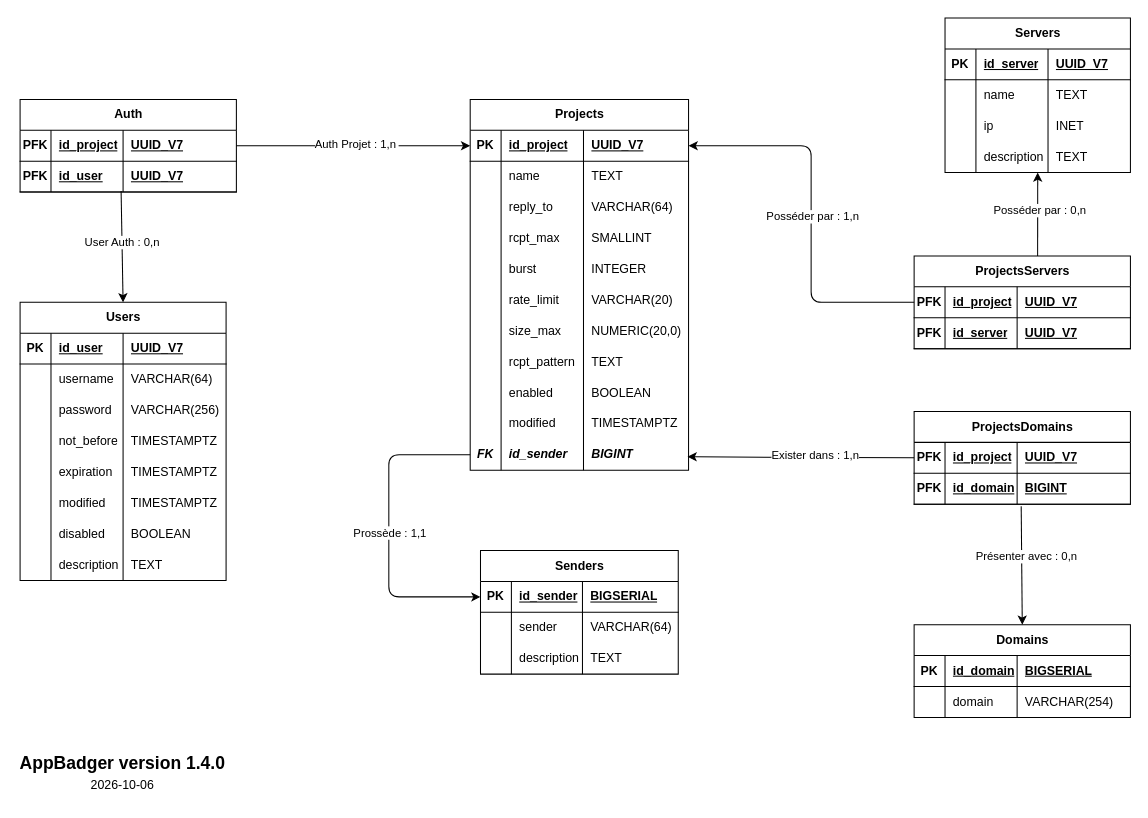
The draw.io diagram Doc/mpd.drawio in matyas-cyril/appmail-badger, before the edit. Source tidied: cells renumbered, new cells numbered last; positions are measured from the earlier drawing's top-left corner, leaving out a move shared by most shapes. Both pictures are drawn from the tidied source at 103%, with x=0, y=0 at pixel (18, 18).
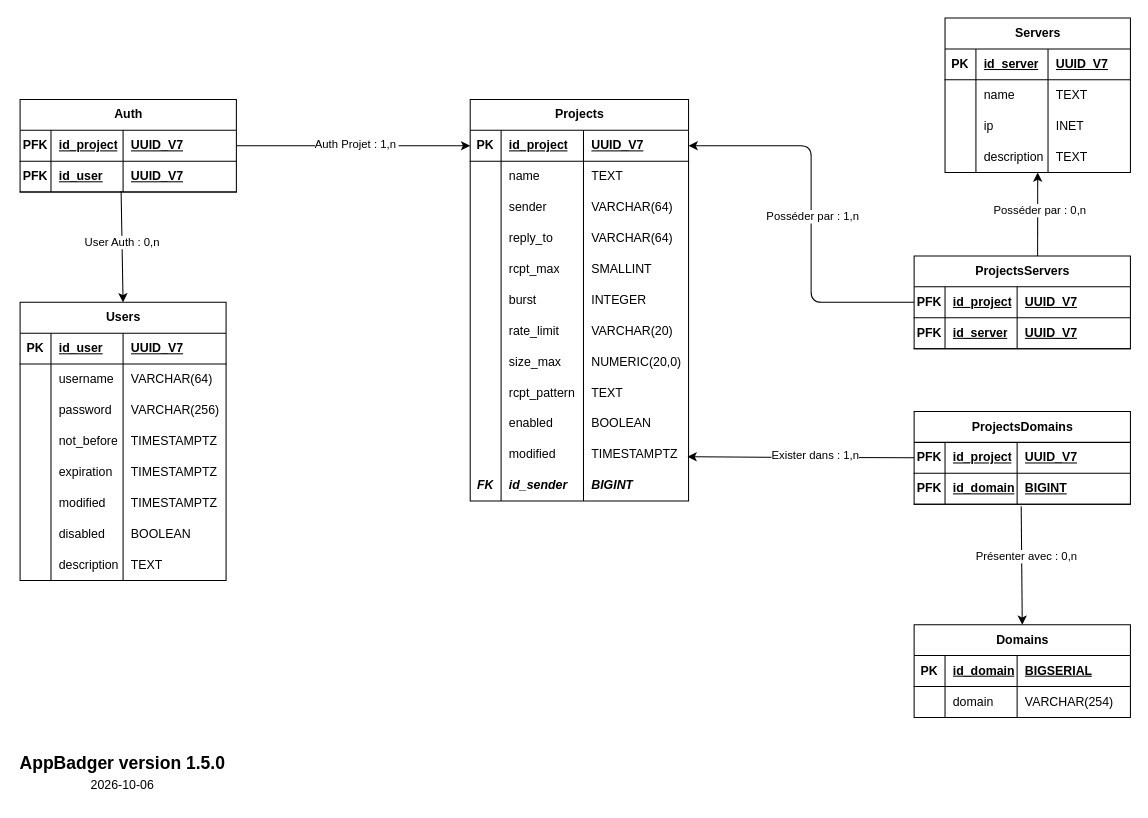
Above is the later version.

Commit message (it also covers changes not shown here):
SUppression de la table Sender

What changed in the source:
```diff
@@
-    <mxCell id="61" value="Senders" style="shape=table;startSize=30;childLayout=tableLayout;rowLines=0;fontStyle=1;align=center;html=1;" parent="1" vertex="1">
-      <mxGeometry x="449" y="517" width="192" height="120" as="geometry" />
-    </mxCell>
-    <mxCell id="62" style="shape=tableRow;horizontal=0;startSize=0;swimlaneHead=0;swimlaneBody=0;fillColor=none;points=[[0,0.5],[1,0.5]];portConstraint=eastwest;top=0;left=0;right=0;bottom=1;" parent="61" vertex="1">
-      <mxGeometry y="30" width="192" height="30" as="geometry" />
-    </mxCell>
-    <mxCell id="63" value="PK" style="shape=partialRectangle;fillColor=none;top=0;left=0;bottom=0;right=0;fontStyle=1;overflow=hidden;whiteSpace=wrap;html=1;" parent="62" vertex="1">
-      <mxGeometry width="30" height="30" as="geometry" />
-    </mxCell>
-    <mxCell id="64" value="id_sender" style="shape=partialRectangle;fillColor=none;top=0;left=0;bottom=0;right=0;align=left;spacingLeft=6;fontStyle=5;overflow=hidden;whiteSpace=wrap;html=1;" parent="62" vertex="1">
-      <mxGeometry x="30" width="69" height="30" as="geometry" />
-    </mxCell>
-    <mxCell id="65" value="BIGSERIAL" style="shape=partialRectangle;fillColor=none;top=0;left=0;bottom=0;right=0;align=left;spacingLeft=6;fontStyle=5;overflow=hidden;whiteSpace=wrap;html=1;" parent="62" vertex="1">
-      <mxGeometry x="99" width="93" height="30" as="geometry" />
-    </mxCell>
-    <mxCell id="66" style="shape=tableRow;horizontal=0;startSize=0;swimlaneHead=0;swimlaneBody=0;fillColor=none;top=0;left=0;right=0;bottom=0;" parent="61" vertex="1">
-      <mxGeometry y="60" width="192" height="30" as="geometry" />
-    </mxCell>
-    <mxCell id="67" style="shape=partialRectangle;fillColor=none;top=0;left=0;bottom=0;right=0;overflow=hidden;whiteSpace=wrap;html=1;" parent="66" vertex="1">
-      <mxGeometry width="30" height="30" as="geometry" />
-    </mxCell>
-    <mxCell id="68" value="sender" style="shape=partialRectangle;fillColor=none;top=0;left=0;bottom=0;right=0;align=left;spacingLeft=6;overflow=hidden;whiteSpace=wrap;html=1;" parent="66" vertex="1">
-      <mxGeometry x="30" width="69" height="30" as="geometry" />
-    </mxCell>
-    <mxCell id="69" value="VARCHAR(64)" style="shape=partialRectangle;fillColor=none;top=0;left=0;bottom=0;right=0;align=left;spacingLeft=6;overflow=hidden;whiteSpace=wrap;html=1;" parent="66" vertex="1">
-      <mxGeometry x="99" width="93" height="30" as="geometry" />
-    </mxCell>
-    <mxCell id="70" style="shape=tableRow;horizontal=0;startSize=0;swimlaneHead=0;swimlaneBody=0;fillColor=none;top=0;left=0;right=0;bottom=0;" parent="61" vertex="1">
-      <mxGeometry y="90" width="192" height="30" as="geometry" />
-    </mxCell>
-    <mxCell id="71" style="shape=partialRectangle;fillColor=none;top=0;left=0;bottom=0;right=0;overflow=hidden;whiteSpace=wrap;html=1;" parent="70" vertex="1">
-      <mxGeometry width="30" height="30" as="geometry" />
-    </mxCell>
-    <mxCell id="72" value="description" style="shape=partialRectangle;fillColor=none;top=0;left=0;bottom=0;right=0;align=left;spacingLeft=6;overflow=hidden;whiteSpace=wrap;html=1;" parent="70" vertex="1">
-      <mxGeometry x="30" width="69" height="30" as="geometry" />
-    </mxCell>
-    <mxCell id="73" value="TEXT" style="shape=partialRectangle;fillColor=none;top=0;left=0;bottom=0;right=0;align=left;spacingLeft=6;overflow=hidden;whiteSpace=wrap;html=1;" parent="70" vertex="1">
-      <mxGeometry x="99" width="93" height="30" as="geometry" />
-    </mxCell>
     <mxCell id="74" value="Projects" style="shape=table;startSize=30;childLayout=tableLayout;rowLines=0;fontStyle=1;align=center;html=1;" parent="1" vertex="1">
-      <mxGeometry x="439" y="79" width="212" height="360" as="geometry" />
+      <mxGeometry x="439" y="79" width="212" height="390" as="geometry" />
     </mxCell>
@@
+    <mxCell id="161" style="shape=tableRow;horizontal=0;startSize=0;swimlaneHead=0;swimlaneBody=0;fillColor=none;top=0;left=0;right=0;bottom=0;" parent="74" vertex="1">
+      <mxGeometry y="90" width="212" height="30" as="geometry" />
+    </mxCell>
+    <mxCell id="162" style="shape=partialRectangle;fillColor=none;top=0;left=0;bottom=0;right=0;overflow=hidden;whiteSpace=wrap;html=1;" parent="161" vertex="1">
+      <mxGeometry width="30" height="30" as="geometry" />
+    </mxCell>
+    <mxCell id="68" value="sender" style="shape=partialRectangle;fillColor=none;top=0;left=0;bottom=0;right=0;align=left;spacingLeft=6;overflow=hidden;whiteSpace=wrap;html=1;" parent="161" vertex="1">
+      <mxGeometry x="30" width="80" height="30" as="geometry" />
+    </mxCell>
+    <mxCell id="69" value="VARCHAR(64)" style="shape=partialRectangle;fillColor=none;top=0;left=0;bottom=0;right=0;align=left;spacingLeft=6;overflow=hidden;whiteSpace=wrap;html=1;" parent="161" vertex="1">
+      <mxGeometry x="110" width="102" height="30" as="geometry" />
+    </mxCell>
     <mxCell id="83" style="shape=tableRow;horizontal=0;startSize=0;swimlaneHead=0;swimlaneBody=0;fillColor=none;top=0;left=0;right=0;bottom=0;" parent="74" vertex="1">
-      <mxGeometry y="90" width="212" height="30" as="geometry" />
+      <mxGeometry y="120" width="212" height="30" as="geometry" />
     </mxCell>
@@
     <mxCell id="87" style="shape=tableRow;horizontal=0;startSize=0;swimlaneHead=0;swimlaneBody=0;fillColor=none;top=0;left=0;right=0;bottom=0;" parent="74" vertex="1">
-      <mxGeometry y="120" width="212" height="30" as="geometry" />
+      <mxGeometry y="150" width="212" height="30" as="geometry" />
     </mxCell>
@@
     <mxCell id="91" style="shape=tableRow;horizontal=0;startSize=0;swimlaneHead=0;swimlaneBody=0;fillColor=none;top=0;left=0;right=0;bottom=0;" parent="74" vertex="1">
-      <mxGeometry y="150" width="212" height="30" as="geometry" />
+      <mxGeometry y="180" width="212" height="30" as="geometry" />
     </mxCell>
@@
     <mxCell id="95" style="shape=tableRow;horizontal=0;startSize=0;swimlaneHead=0;swimlaneBody=0;fillColor=none;top=0;left=0;right=0;bottom=0;" parent="74" vertex="1">
-      <mxGeometry y="180" width="212" height="30" as="geometry" />
+      <mxGeometry y="210" width="212" height="30" as="geometry" />
     </mxCell>
@@
     <mxCell id="99" style="shape=tableRow;horizontal=0;startSize=0;swimlaneHead=0;swimlaneBody=0;fillColor=none;top=0;left=0;right=0;bottom=0;" parent="74" vertex="1">
-      <mxGeometry y="210" width="212" height="30" as="geometry" />
+      <mxGeometry y="240" width="212" height="30" as="geometry" />
     </mxCell>
@@
     <mxCell id="103" style="shape=tableRow;horizontal=0;startSize=0;swimlaneHead=0;swimlaneBody=0;fillColor=none;top=0;left=0;right=0;bottom=0;" parent="74" vertex="1">
-      <mxGeometry y="240" width="212" height="30" as="geometry" />
+      <mxGeometry y="270" width="212" height="30" as="geometry" />
     </mxCell>
@@
     <mxCell id="107" style="shape=tableRow;horizontal=0;startSize=0;swimlaneHead=0;swimlaneBody=0;fillColor=none;top=0;left=0;right=0;bottom=0;" parent="74" vertex="1">
-      <mxGeometry y="270" width="212" height="30" as="geometry" />
+      <mxGeometry y="300" width="212" height="30" as="geometry" />
     </mxCell>
@@
-    <mxCell id="111" style="shape=tableRow;horizontal=0;startSize=0;swimlaneHead=0;swimlaneBody=0;fillColor=none;top=0;left=0;right=0;bottom=0;" parent="74" vertex="1">
-      <mxGeometry y="300" width="212" height="30" as="geometry" />
-    </mxCell>
-    <mxCell id="112" style="shape=partialRectangle;fillColor=none;top=0;left=0;bottom=0;right=0;overflow=hidden;whiteSpace=wrap;html=1;" parent="111" vertex="1">
-      <mxGeometry width="30" height="30" as="geometry" />
-    </mxCell>
+    <mxCell id="163" style="shape=tableRow;horizontal=0;startSize=0;swimlaneHead=0;swimlaneBody=0;fillColor=none;top=0;left=0;right=0;bottom=0;" parent="74" vertex="1">
+      <mxGeometry y="330" width="212" height="30" as="geometry" />
+    </mxCell>
+    <mxCell id="164" style="shape=partialRectangle;fillColor=none;top=0;left=0;bottom=0;right=0;overflow=hidden;whiteSpace=wrap;html=1;" parent="163" vertex="1">
+      <mxGeometry width="30" height="30" as="geometry" />
+    </mxCell>
-    <mxCell id="113" value="modified" style="shape=partialRectangle;fillColor=none;top=0;left=0;bottom=0;right=0;align=left;spacingLeft=6;overflow=hidden;whiteSpace=wrap;html=1;" parent="111" vertex="1">
+    <mxCell id="113" value="modified" style="shape=partialRectangle;fillColor=none;top=0;left=0;bottom=0;right=0;align=left;spacingLeft=6;overflow=hidden;whiteSpace=wrap;html=1;" parent="163" vertex="1">
       <mxGeometry x="30" width="80" height="30" as="geometry" />
     </mxCell>
-    <mxCell id="114" value="TIMESTAMPTZ" style="shape=partialRectangle;fillColor=none;top=0;left=0;bottom=0;right=0;align=left;spacingLeft=6;overflow=hidden;whiteSpace=wrap;html=1;" parent="111" vertex="1">
+    <mxCell id="114" value="TIMESTAMPTZ" style="shape=partialRectangle;fillColor=none;top=0;left=0;bottom=0;right=0;align=left;spacingLeft=6;overflow=hidden;whiteSpace=wrap;html=1;" parent="163" vertex="1">
       <mxGeometry x="110" width="102" height="30" as="geometry" />
     </mxCell>
     <mxCell id="115" style="shape=tableRow;horizontal=0;startSize=0;swimlaneHead=0;swimlaneBody=0;fillColor=none;points=[[0,0.5],[1,0.5]];portConstraint=eastwest;top=0;left=0;right=0;bottom=0;" parent="74" vertex="1">
-      <mxGeometry y="330" width="212" height="30" as="geometry" />
+      <mxGeometry y="360" width="212" height="30" as="geometry" />
     </mxCell>
@@
-    <mxCell id="158" value="&lt;div style=&quot;line-height: 80%;&quot;&gt;&lt;div align=&quot;left&quot;&gt;&lt;b&gt;&lt;font style=&quot;font-size: 17px; line-height: 80%;&quot;&gt;AppBadger version 1.4.0&lt;/font&gt;&lt;/b&gt;&lt;/div&gt;&lt;div&gt;&lt;br&gt;&lt;/div&gt;&lt;div align=&quot;center&quot;&gt;2026-10-06&lt;/div&gt;&lt;/div&gt;" style="text;html=1;whiteSpace=wrap;strokeColor=none;fillColor=none;align=left;verticalAlign=middle;rounded=0;" parent="1" vertex="1">
+    <mxCell id="158" value="&lt;div style=&quot;line-height: 80%;&quot;&gt;&lt;div align=&quot;left&quot;&gt;&lt;b&gt;&lt;font style=&quot;font-size: 17px; line-height: 80%;&quot;&gt;AppBadger version 1.5.0&lt;/font&gt;&lt;/b&gt;&lt;/div&gt;&lt;div&gt;&lt;br&gt;&lt;/div&gt;&lt;div align=&quot;center&quot;&gt;2026-10-06&lt;/div&gt;&lt;/div&gt;" style="text;html=1;whiteSpace=wrap;strokeColor=none;fillColor=none;align=left;verticalAlign=middle;rounded=0;" parent="1" vertex="1">
       <mxGeometry y="709" width="210" height="50" as="geometry" />
     </mxCell>
-    <mxCell id="159" style="endArrow=classic;html=1;rounded=1;entryX=0;entryY=0.5;entryDx=0;entryDy=0;exitX=0;exitY=0.5;exitDx=0;exitDy=0;curved=0;" parent="1" edge="1" source="115" target="62">
-      <mxGeometry x="0.37" relative="1" as="geometry">
-        <Array as="points">
-          <mxPoint x="360" y="424" />
-          <mxPoint x="360" y="562" />
-        </Array>
-      </mxGeometry>
-    </mxCell>
-    <mxCell id="160" value="Prossède : 1,1" style="edgeLabel;html=1;align=center;verticalAlign=middle;" parent="159" vertex="1">
-      <mxGeometry x="0.26" y="-2" relative="1" as="geometry">
-        <mxPoint x="2" y="-39" as="offset" />
-      </mxGeometry>
-    </mxCell>
```
